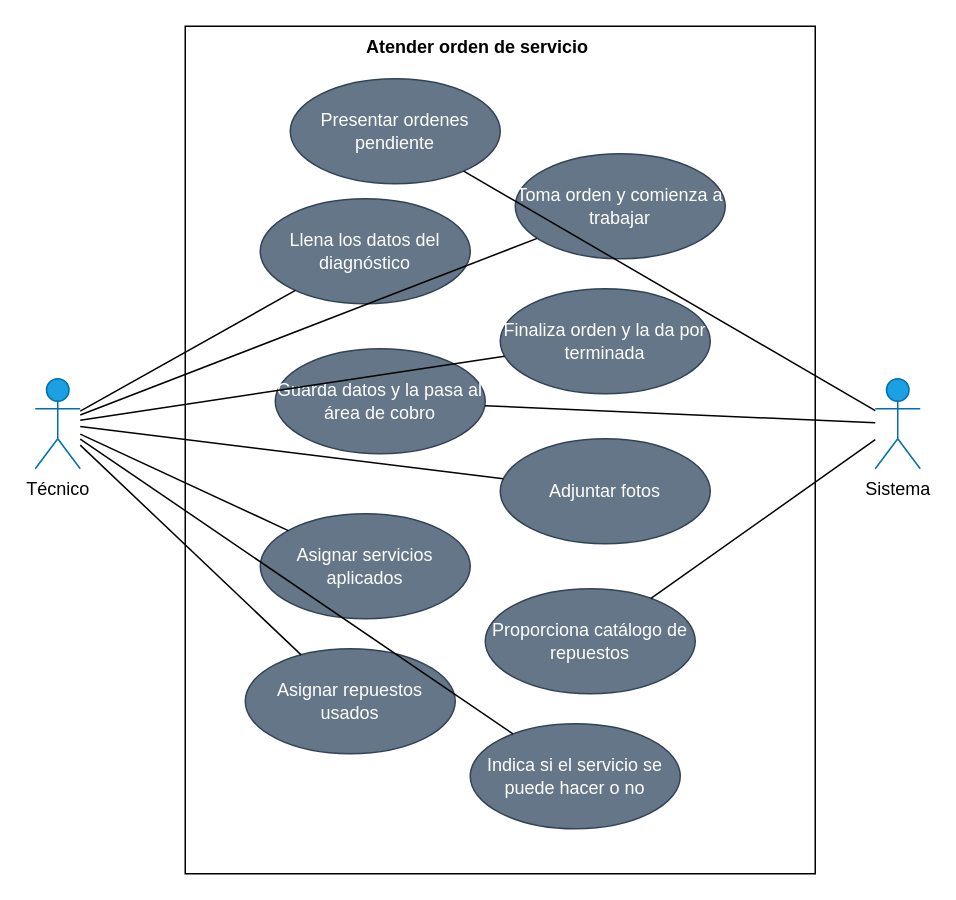
JaasielGuerra/ServiTec keeps this draw.io diagram as page "atender-orden-caso-uso" (6 of 13) of documentacion/diagramas.drawio. Above is the earlier version. Source tidied: cells renumbered, new cells numbered last; positions are measured from the earlier drawing's top-left corner, leaving out a move shared by most shapes. Both pictures are drawn from the tidied source at 150%, with x=0, y=0 at pixel (34, 26).
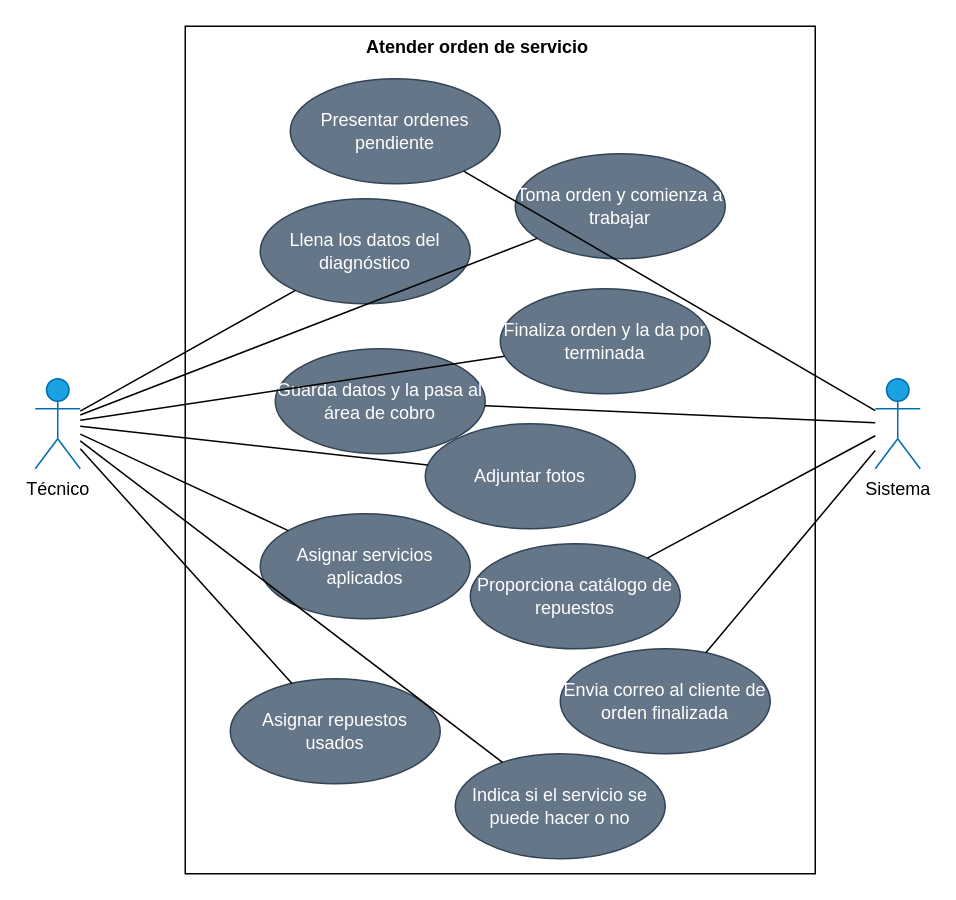
Above is the later version.

The change refers to these unchanged cells:
```xml
<mxCell id="6" value="Sistema" style="shape=umlActor;verticalLabelPosition=bottom;verticalAlign=top;html=1;fillColor=#1ba1e2;strokeColor=#006EAF;" parent="1" vertex="1">
  <mxGeometry x="560" y="235" width="30" height="60" as="geometry" />
</mxCell>
```

Change to the diagram source:
```diff
@@
     <mxCell id="11" value="Adjuntar fotos" style="ellipse;whiteSpace=wrap;html=1;fillColor=#647687;strokeColor=#314354;fontColor=#ffffff;" parent="1" vertex="1">
-      <mxGeometry x="310" y="275" width="140" height="70" as="geometry" />
+      <mxGeometry x="260" y="265" width="140" height="70" as="geometry" />
     </mxCell>
@@
     <mxCell id="13" value="Proporciona catálogo de repuestos" style="ellipse;whiteSpace=wrap;html=1;fillColor=#647687;strokeColor=#314354;fontColor=#ffffff;" parent="1" vertex="1">
-      <mxGeometry x="300" y="375" width="140" height="70" as="geometry" />
+      <mxGeometry x="290" y="345" width="140" height="70" as="geometry" />
     </mxCell>
     <mxCell id="14" value="Asignar repuestos usados" style="ellipse;whiteSpace=wrap;html=1;fillColor=#647687;strokeColor=#314354;fontColor=#ffffff;" parent="1" vertex="1">
-      <mxGeometry x="140" y="415" width="140" height="70" as="geometry" />
+      <mxGeometry x="130" y="435" width="140" height="70" as="geometry" />
     </mxCell>
     <mxCell id="15" value="Indica si el servicio se puede hacer o no" style="ellipse;whiteSpace=wrap;html=1;fillColor=#647687;strokeColor=#314354;fontColor=#ffffff;" parent="1" vertex="1">
-      <mxGeometry x="290" y="465" width="140" height="70" as="geometry" />
+      <mxGeometry x="280" y="485" width="140" height="70" as="geometry" />
     </mxCell>
@@
+    <mxCell id="26" value="Envia correo al cliente de orden finalizada" style="ellipse;whiteSpace=wrap;html=1;fillColor=#647687;strokeColor=#314354;fontColor=#ffffff;" parent="1" vertex="1">
+      <mxGeometry x="350" y="415" width="140" height="70" as="geometry" />
+    </mxCell>
+    <mxCell id="27" style="endArrow=none;html=1;" parent="1" edge="1" source="26" target="6">
+      <mxGeometry relative="1" as="geometry" />
+    </mxCell>
```
